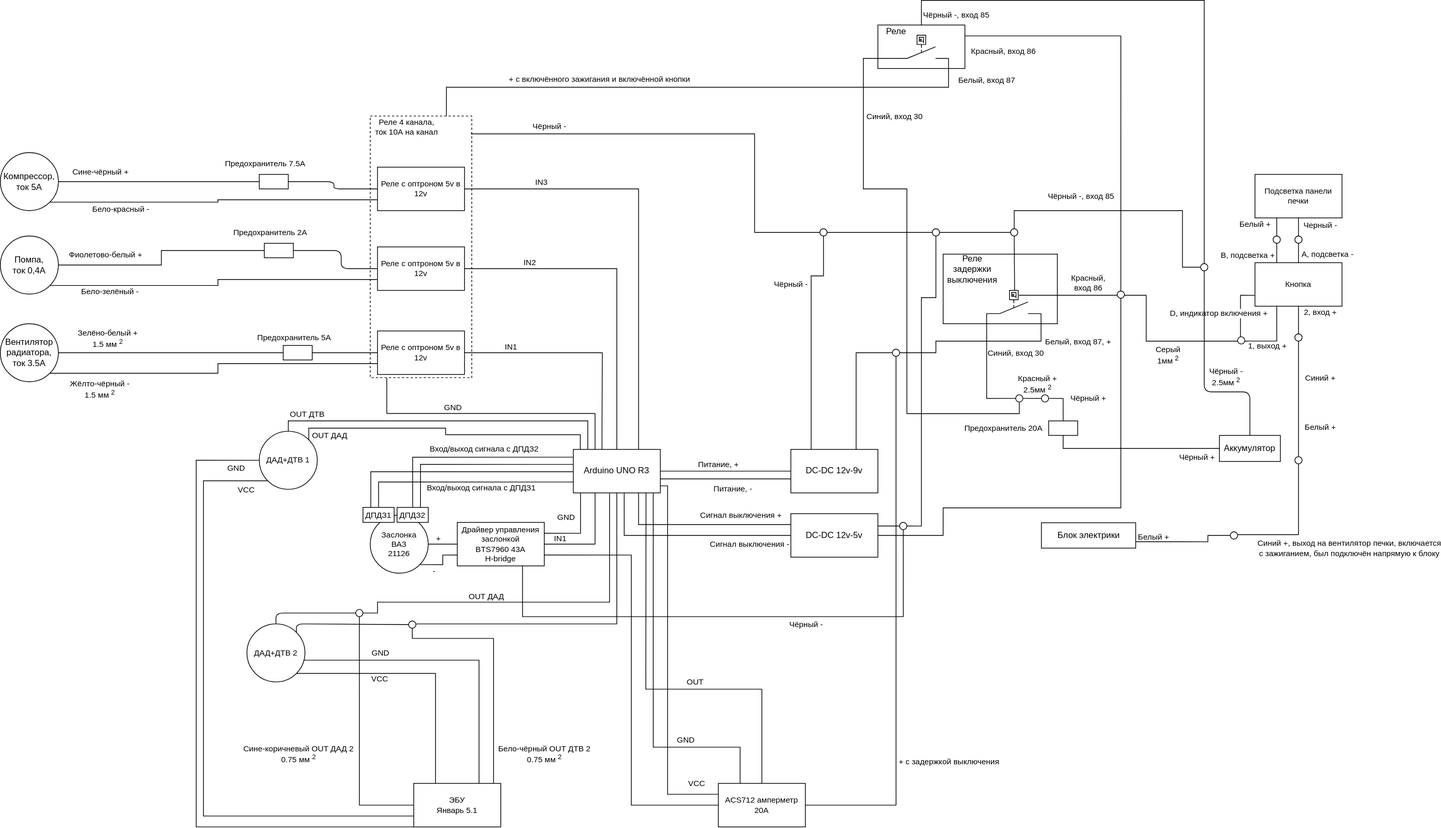
The draw.io diagram electrical_scheme.drawio.svg in kak-tus/compressor, before a commit. Source tidied: cells renumbered, new cells last; positions are measured from the earlier drawing's top-left corner, leaving out a move shared by most shapes.
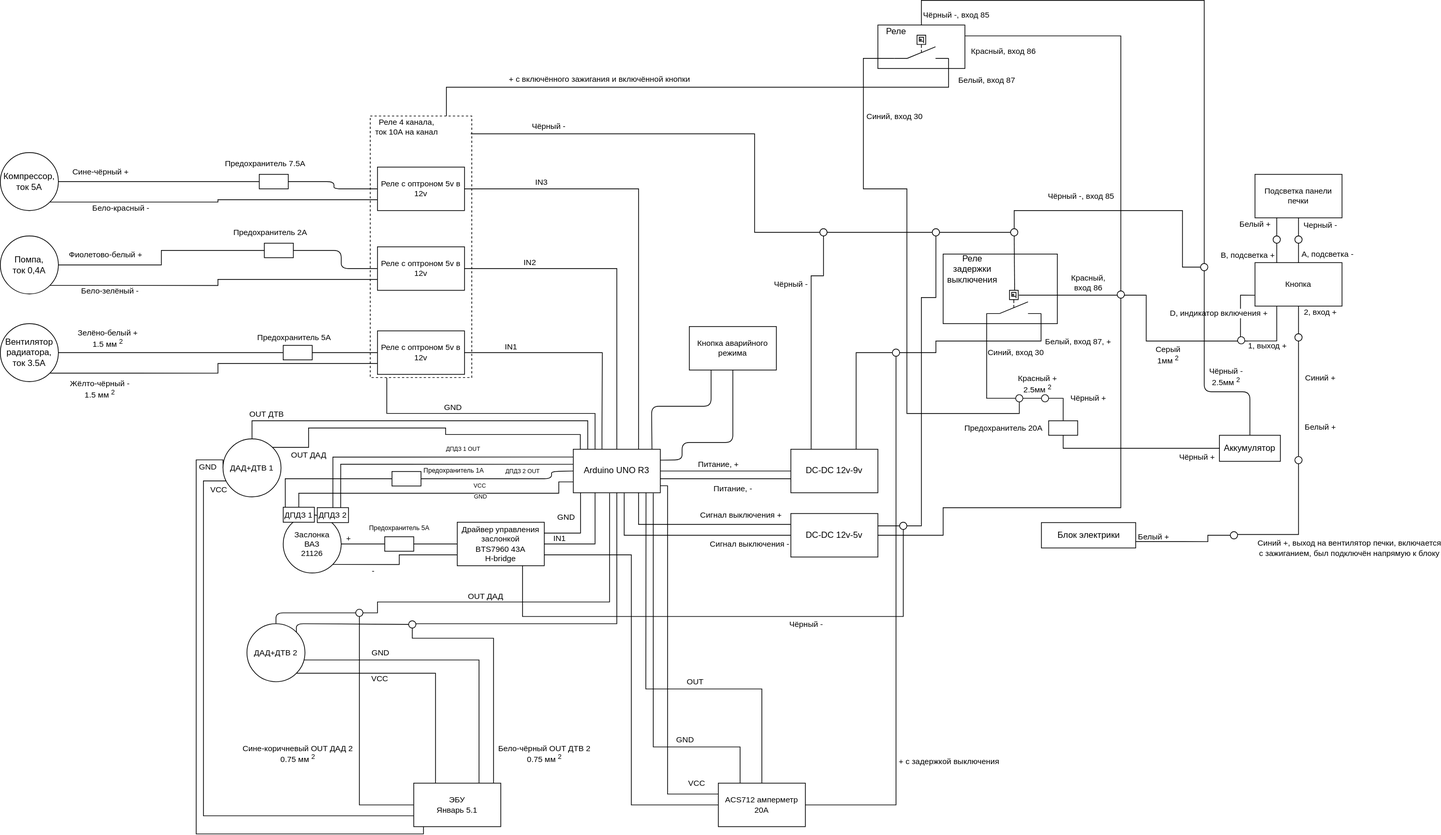
After the commit.

The edit, as a diff of the source:
```diff
@@ -273,39 +273,43 @@
       </mxGeometry>
     </mxCell>
     <mxCell id="63" style="edgeStyle=orthogonalEdgeStyle;shape=connector;rounded=0;jettySize=auto;html=1;entryX=0.75;entryY=0;entryDx=0;entryDy=0;labelBackgroundColor=default;strokeColor=default;fontFamily=Helvetica;fontSize=11;fontColor=default;endArrow=none;endFill=0;exitX=0;exitY=0.345;exitDx=0;exitDy=0;exitPerimeter=0;" parent="1" edge="1" source="81" target="126">
-      <mxGeometry relative="1" as="geometry">
-        <Array as="points">
-          <mxPoint x="579" y="640" />
-        </Array>
-      </mxGeometry>
+      <mxGeometry relative="1" as="geometry" />
     </mxCell>
     <mxCell id="64" style="edgeStyle=orthogonalEdgeStyle;shape=connector;rounded=0;jettySize=auto;html=1;entryX=0.5;entryY=0;entryDx=0;entryDy=0;labelBackgroundColor=default;strokeColor=default;fontFamily=Helvetica;fontSize=11;fontColor=default;endArrow=none;endFill=0;exitX=0.002;exitY=0.179;exitDx=0;exitDy=0;exitPerimeter=0;" parent="1" edge="1" source="81" target="126">
-      <mxGeometry relative="1" as="geometry">
-        <Array as="points">
-          <mxPoint x="569" y="630" />
-        </Array>
-      </mxGeometry>
+      <mxGeometry relative="1" as="geometry" />
     </mxCell>
-    <mxCell id="65" value="Вход/выход сигнала с ДПДЗ2" style="edgeLabel;html=1;align=center;verticalAlign=middle;fontSize=11;fontFamily=Helvetica;fontColor=default;" parent="64" vertex="1">
+    <mxCell id="65" value="ДПДЗ 1 OUT" style="edgeLabel;html=1;align=center;verticalAlign=middle;fontSize=8;fontFamily=Helvetica;fontColor=default;" parent="64" vertex="1">
       <mxGeometry x="-0.48" y="1" relative="1" as="geometry">
         <mxPoint x="-49" y="-12" as="offset" />
       </mxGeometry>
     </mxCell>
+    <mxCell id="187" value="ДПДЗ 2 OUT" style="edgeLabel;html=1;align=center;verticalAlign=middle;fontSize=8;fontFamily=Helvetica;fontColor=default;" parent="64" vertex="1">
+      <mxGeometry x="-0.48" y="1" relative="1" as="geometry">
+        <mxPoint x="33" y="19" as="offset" />
+      </mxGeometry>
+    </mxCell>
-    <mxCell id="66" style="edgeStyle=orthogonalEdgeStyle;shape=connector;rounded=0;jettySize=auto;html=1;entryX=0.25;entryY=0;entryDx=0;entryDy=0;labelBackgroundColor=default;strokeColor=default;fontFamily=Helvetica;fontSize=11;fontColor=default;endArrow=none;endFill=0;exitX=0;exitY=0.513;exitDx=0;exitDy=0;exitPerimeter=0;" parent="1" edge="1" source="81" target="125">
-      <mxGeometry relative="1" as="geometry">
-        <Array as="points">
-          <mxPoint x="511" y="650" />
-        </Array>
-      </mxGeometry>
+    <mxCell id="66" style="edgeStyle=orthogonalEdgeStyle;shape=connector;rounded=0;jettySize=auto;html=1;labelBackgroundColor=default;strokeColor=default;fontFamily=Helvetica;fontSize=11;fontColor=default;endArrow=none;endFill=0;exitX=0;exitY=0.5;exitDx=0;exitDy=0;entryX=0.066;entryY=0.022;entryDx=0;entryDy=0;entryPerimeter=0;" parent="1" edge="1" source="193" target="125">
+      <mxGeometry relative="1" as="geometry" />
     </mxCell>
     <mxCell id="67" style="edgeStyle=orthogonalEdgeStyle;shape=connector;rounded=0;jettySize=auto;html=1;exitX=0;exitY=0.75;exitDx=0;exitDy=0;entryX=0.5;entryY=0;entryDx=0;entryDy=0;labelBackgroundColor=default;strokeColor=default;fontFamily=Helvetica;fontSize=11;fontColor=default;endArrow=none;endFill=0;" parent="1" edge="1" source="81" target="125">
-      <mxGeometry relative="1" as="geometry" />
+      <mxGeometry relative="1" as="geometry">
+        <Array as="points">
+          <mxPoint x="770" y="664" />
+          <mxPoint x="770" y="680" />
+          <mxPoint x="412" y="680" />
+        </Array>
+      </mxGeometry>
     </mxCell>
-    <mxCell id="68" value="Вход/выход сигнала с ДПДЗ1" style="edgeLabel;html=1;align=center;verticalAlign=middle;fontSize=11;fontFamily=Helvetica;fontColor=default;" parent="67" vertex="1">
+    <mxCell id="68" value="GND" style="edgeLabel;html=1;align=center;verticalAlign=middle;fontSize=8;fontFamily=Helvetica;fontColor=default;" parent="67" vertex="1">
       <mxGeometry x="-0.16" relative="1" as="geometry">
-        <mxPoint y="7" as="offset" />
+        <mxPoint x="29" y="5" as="offset" />
       </mxGeometry>
     </mxCell>
+    <mxCell id="188" value="VCC" style="edgeLabel;html=1;align=center;verticalAlign=middle;fontSize=8;fontFamily=Helvetica;fontColor=default;" parent="67" vertex="1">
+      <mxGeometry x="-0.16" relative="1" as="geometry">
+        <mxPoint x="28" y="-10" as="offset" />
+      </mxGeometry>
+    </mxCell>
     <mxCell id="69" style="edgeStyle=orthogonalEdgeStyle;shape=connector;rounded=0;jettySize=auto;html=1;entryX=1;entryY=0.5;entryDx=0;entryDy=0;labelBackgroundColor=default;strokeColor=default;fontFamily=Helvetica;fontSize=11;fontColor=default;endArrow=none;endFill=0;exitX=0.33;exitY=-0.005;exitDx=0;exitDy=0;exitPerimeter=0;" parent="1" edge="1" source="81" target="99">
       <mxGeometry relative="1" as="geometry">
         <Array as="points">
@@ -520,14 +524,14 @@
       <mxGeometry x="520" y="230" width="120" height="60" as="geometry" />
     </mxCell>
     <mxCell id="110" value="Заслонка&lt;br&gt;ВАЗ&lt;br&gt;&amp;nbsp;21126" style="ellipse;whiteSpace=wrap;html=1;fontFamily=Helvetica;fontSize=11;fontColor=default;" parent="1" vertex="1">
-      <mxGeometry x="510" y="710" width="80" height="80" as="geometry" />
+      <mxGeometry x="390" y="710" width="80" height="80" as="geometry" />
     </mxCell>
-    <mxCell id="111" style="edgeStyle=orthogonalEdgeStyle;shape=connector;rounded=0;jettySize=auto;html=1;exitX=0;exitY=0.5;exitDx=0;exitDy=0;labelBackgroundColor=default;strokeColor=default;fontFamily=Helvetica;fontSize=11;fontColor=default;endArrow=none;endFill=0;" parent="1" edge="1" source="115" target="110">
+    <mxCell id="111" style="edgeStyle=orthogonalEdgeStyle;shape=connector;rounded=0;jettySize=auto;html=1;exitX=0;exitY=0.5;exitDx=0;exitDy=0;labelBackgroundColor=default;strokeColor=default;fontFamily=Helvetica;fontSize=11;fontColor=default;endArrow=none;endFill=0;" parent="1" edge="1" source="190" target="110">
       <mxGeometry relative="1" as="geometry" />
     </mxCell>
     <mxCell id="112" value="+" style="edgeLabel;html=1;align=center;verticalAlign=middle;fontSize=11;fontFamily=Helvetica;fontColor=default;" parent="111" vertex="1">
       <mxGeometry x="0.3" y="-1" relative="1" as="geometry">
-        <mxPoint y="-7" as="offset" />
+        <mxPoint x="-11" y="-7" as="offset" />
       </mxGeometry>
     </mxCell>
     <mxCell id="113" style="edgeStyle=orthogonalEdgeStyle;shape=connector;rounded=0;jettySize=auto;html=1;exitX=0;exitY=0.75;exitDx=0;exitDy=0;entryX=1;entryY=1;entryDx=0;entryDy=0;labelBackgroundColor=default;strokeColor=default;fontFamily=Helvetica;fontSize=11;fontColor=default;endArrow=none;endFill=0;" parent="1" edge="1" source="115" target="110">
@@ -578,11 +582,11 @@
     <mxCell id="124" style="ellipse;whiteSpace=wrap;html=1;fontFamily=Helvetica;fontSize=11;fontColor=default;" parent="1" vertex="1">
       <mxGeometry x="1230" y="481" width="10" height="10" as="geometry" />
     </mxCell>
-    <mxCell id="125" value="ДПДЗ1" style="rounded=0;whiteSpace=wrap;html=1;fontFamily=Helvetica;fontSize=11;fontColor=default;" parent="1" vertex="1">
-      <mxGeometry x="500" y="699.3" width="43" height="20.7" as="geometry" />
+    <mxCell id="125" value="ДПДЗ 1" style="rounded=0;whiteSpace=wrap;html=1;fontFamily=Helvetica;fontSize=11;fontColor=default;" parent="1" vertex="1">
+      <mxGeometry x="390" y="699.3" width="43" height="20.7" as="geometry" />
     </mxCell>
-    <mxCell id="126" value="ДПДЗ2" style="rounded=0;whiteSpace=wrap;html=1;fontFamily=Helvetica;fontSize=11;fontColor=default;" parent="1" vertex="1">
-      <mxGeometry x="547" y="699.3" width="43" height="20.7" as="geometry" />
+    <mxCell id="126" value="ДПДЗ 2" style="rounded=0;whiteSpace=wrap;html=1;fontFamily=Helvetica;fontSize=11;fontColor=default;" parent="1" vertex="1">
+      <mxGeometry x="437" y="699.8" width="43" height="20.7" as="geometry" />
     </mxCell>
     <mxCell id="127" value="Реле 4 канала,&lt;br&gt;ток 10А на канал" style="text;html=1;align=center;verticalAlign=middle;strokeColor=none;fillColor=none;fontSize=11;fontFamily=Helvetica;fontColor=default;" parent="1" vertex="1">
       <mxGeometry x="505" y="154.6" width="110" height="40" as="geometry" />
@@ -689,11 +693,12 @@
         </Array>
       </mxGeometry>
     </mxCell>
-    <mxCell id="148" style="edgeStyle=orthogonalEdgeStyle;shape=connector;rounded=0;jettySize=auto;html=1;exitX=0;exitY=0.5;exitDx=0;exitDy=0;entryX=0;entryY=1;entryDx=0;entryDy=0;labelBackgroundColor=default;strokeColor=default;fontFamily=Helvetica;fontSize=11;fontColor=default;endArrow=none;endFill=0;" parent="1" edge="1" source="156" target="157">
+    <mxCell id="148" style="edgeStyle=orthogonalEdgeStyle;shape=connector;rounded=0;jettySize=auto;html=1;exitX=0;exitY=0.5;exitDx=0;exitDy=0;entryX=0.112;entryY=1.006;entryDx=0;entryDy=0;labelBackgroundColor=default;strokeColor=default;fontFamily=Helvetica;fontSize=11;fontColor=default;endArrow=none;endFill=0;entryPerimeter=0;" parent="1" edge="1" source="156" target="157">
       <mxGeometry relative="1" as="geometry">
         <Array as="points">
           <mxPoint x="270" y="634" />
-          <mxPoint x="270" y="1140" />
+          <mxPoint x="270" y="1150" />
+          <mxPoint x="583" y="1150" />
         </Array>
       </mxGeometry>
     </mxCell>
@@ -745,7 +750,7 @@
       </mxGeometry>
     </mxCell>
     <mxCell id="156" value="ДАД+ДТВ 1" style="ellipse;whiteSpace=wrap;html=1;fontFamily=Helvetica;fontSize=11;fontColor=default;" parent="1" vertex="1">
-      <mxGeometry x="357" y="594.3" width="80" height="80" as="geometry" />
+      <mxGeometry x="307" y="605" width="80" height="80" as="geometry" />
     </mxCell>
     <mxCell id="157" value="ЭБУ&lt;br&gt;Январь 5.1" style="rounded=0;whiteSpace=wrap;html=1;fontFamily=Helvetica;fontSize=11;fontColor=default;" parent="1" vertex="1">
       <mxGeometry x="570" y="1080" width="120" height="60" as="geometry" />
@@ -871,5 +876,48 @@
     <mxCell id="186" style="ellipse;whiteSpace=wrap;html=1;fontFamily=Helvetica;fontSize=11;fontColor=default;" parent="1" vertex="1">
       <mxGeometry x="1240" y="720" width="10" height="10" as="geometry" />
     </mxCell>
+    <mxCell id="189" style="edgeStyle=none;shape=connector;rounded=1;html=1;exitX=1;exitY=0.5;exitDx=0;exitDy=0;entryX=0;entryY=0.5;entryDx=0;entryDy=0;labelBackgroundColor=default;strokeColor=default;fontFamily=Helvetica;fontSize=11;fontColor=default;endArrow=none;endFill=0;" parent="1" edge="1" source="190" target="115">
+      <mxGeometry relative="1" as="geometry" />
+    </mxCell>
+    <mxCell id="190" style="rounded=0;whiteSpace=wrap;html=1;fontFamily=Helvetica;fontSize=11;fontColor=default;" parent="1" vertex="1">
+      <mxGeometry x="530" y="740" width="40" height="20" as="geometry" />
+    </mxCell>
+    <mxCell id="191" value="Предохранитель 5А" style="text;html=1;align=center;verticalAlign=middle;strokeColor=none;fillColor=none;fontSize=9;fontFamily=Helvetica;fontColor=default;" parent="1" vertex="1">
+      <mxGeometry x="495" y="718" width="110" height="20" as="geometry" />
+    </mxCell>
+    <mxCell id="192" style="edgeStyle=none;shape=connector;rounded=1;html=1;exitX=1;exitY=0.5;exitDx=0;exitDy=0;entryX=0;entryY=0.5;entryDx=0;entryDy=0;labelBackgroundColor=default;strokeColor=default;fontFamily=Helvetica;fontSize=8;fontColor=default;endArrow=none;endFill=0;" parent="1" edge="1" source="193" target="81">
+      <mxGeometry relative="1" as="geometry">
+        <Array as="points">
+          <mxPoint x="760" y="660" />
+          <mxPoint x="760" y="650" />
+        </Array>
+      </mxGeometry>
+    </mxCell>
+    <mxCell id="193" style="rounded=0;whiteSpace=wrap;html=1;fontFamily=Helvetica;fontSize=11;fontColor=default;" parent="1" vertex="1">
+      <mxGeometry x="540" y="650" width="40" height="20" as="geometry" />
+    </mxCell>
+    <mxCell id="194" value="Предохранитель 1А" style="text;html=1;align=center;verticalAlign=middle;strokeColor=none;fillColor=none;fontSize=9;fontFamily=Helvetica;fontColor=default;" parent="1" vertex="1">
+      <mxGeometry x="570" y="639.3" width="110" height="20" as="geometry" />
+    </mxCell>
+    <mxCell id="195" style="edgeStyle=none;shape=connector;rounded=1;html=1;exitX=0.25;exitY=1;exitDx=0;exitDy=0;entryX=0.904;entryY=0;entryDx=0;entryDy=0;entryPerimeter=0;labelBackgroundColor=default;strokeColor=default;fontFamily=Helvetica;fontSize=11;fontColor=default;endArrow=none;endFill=0;" parent="1" edge="1" source="197" target="81">
+      <mxGeometry relative="1" as="geometry">
+        <Array as="points">
+          <mxPoint x="980" y="560" />
+          <mxPoint x="898" y="560" />
+        </Array>
+      </mxGeometry>
+    </mxCell>
+    <mxCell id="196" style="edgeStyle=none;shape=connector;rounded=1;html=1;exitX=0.5;exitY=1;exitDx=0;exitDy=0;entryX=1;entryY=0.25;entryDx=0;entryDy=0;labelBackgroundColor=default;strokeColor=default;fontFamily=Helvetica;fontSize=11;fontColor=default;endArrow=none;endFill=0;" parent="1" edge="1" source="197" target="81">
+      <mxGeometry relative="1" as="geometry">
+        <Array as="points">
+          <mxPoint x="1010" y="610" />
+          <mxPoint x="940" y="610" />
+          <mxPoint x="940" y="634" />
+        </Array>
+      </mxGeometry>
+    </mxCell>
+    <mxCell id="197" value="Кнопка аварийного режима" style="rounded=0;whiteSpace=wrap;html=1;fontFamily=Helvetica;fontSize=11;fontColor=default;" parent="1" vertex="1">
+      <mxGeometry x="950" y="450" width="120" height="60" as="geometry" />
+    </mxCell>
   </root>
 </mxGraphModel>
```
